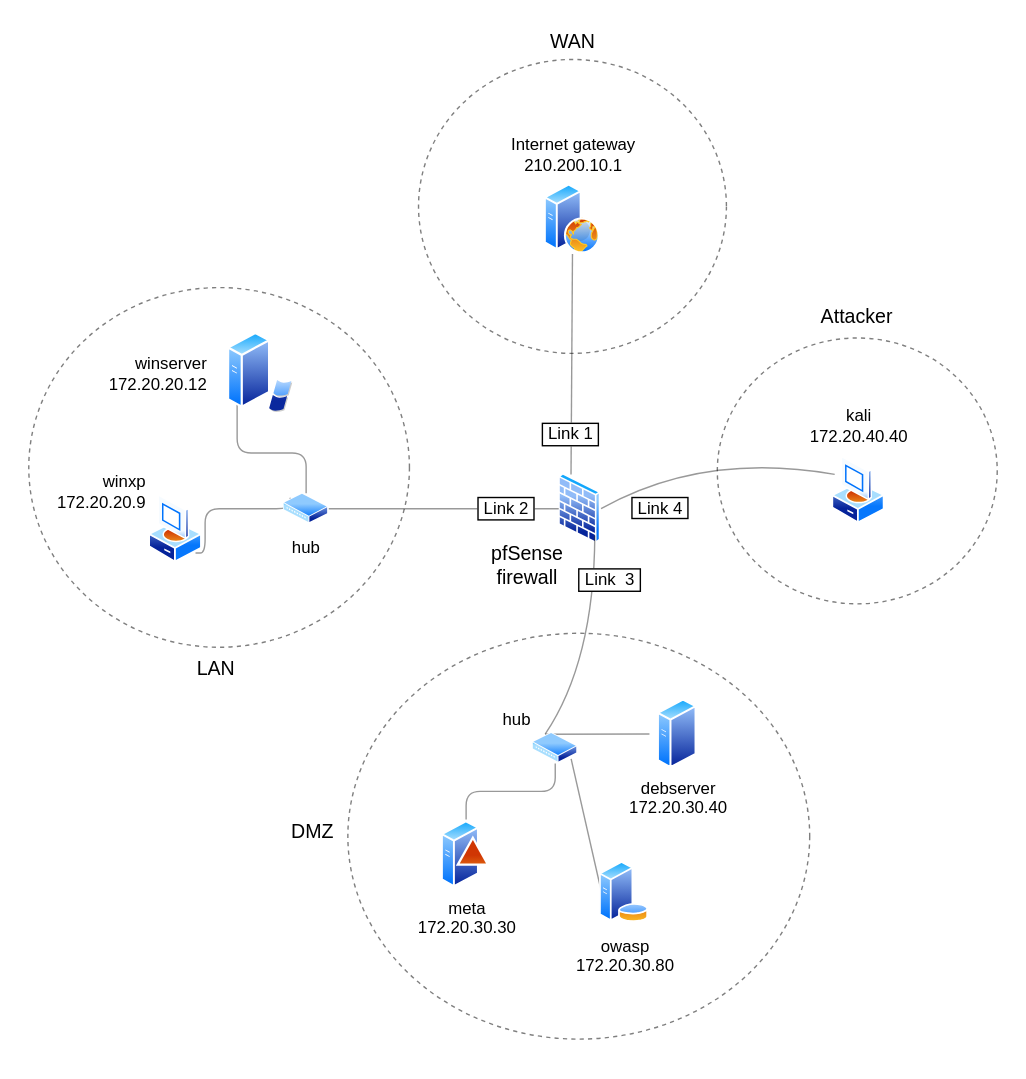
The draw.io diagram Illustrations/CyberLab Overview.drawio.svg in TryHackMeNow/CyberLab, before a commit. Source tidied: cells renumbered, new cells last; positions are measured from the earlier drawing's top-left corner, leaving out a move shared by most shapes.
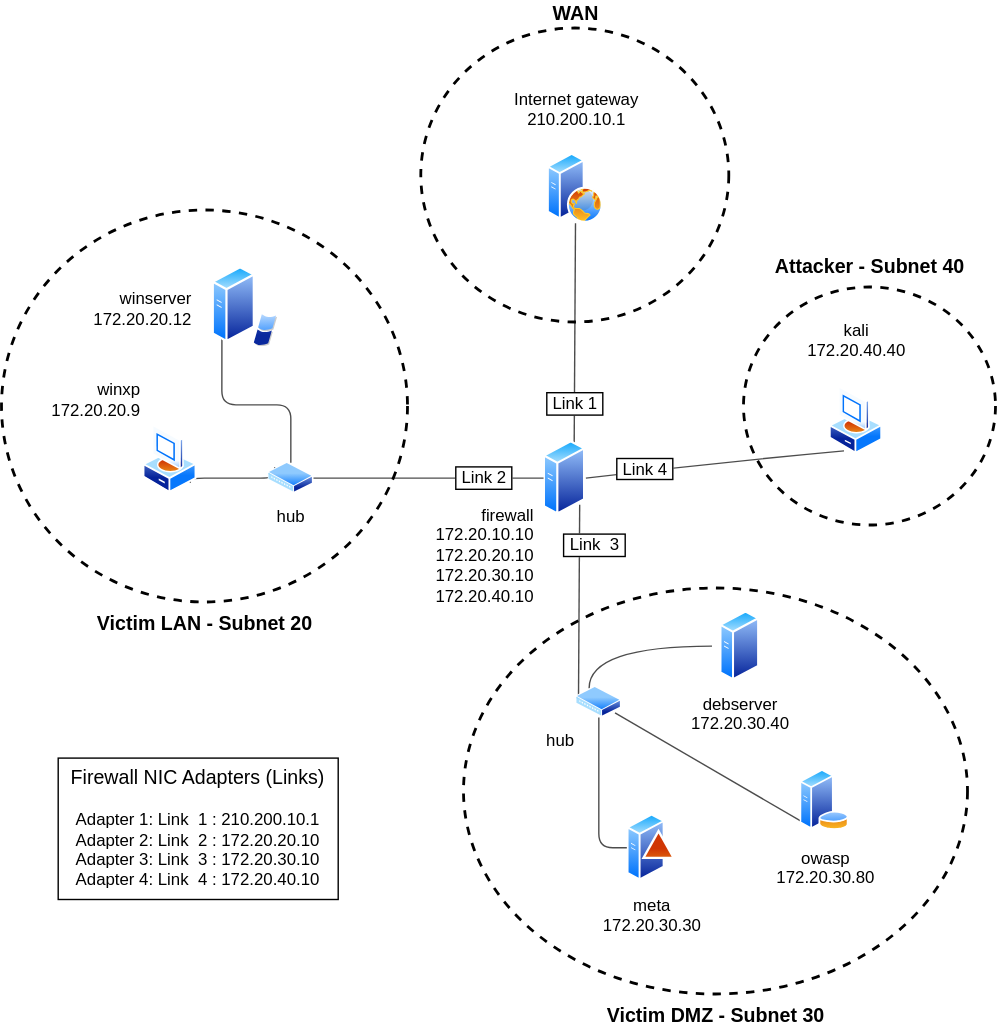
Later version of the same file.

The edit, as a diff of the source:
```diff
@@ -2,46 +2,46 @@
   <root>
     <mxCell id="0" />
     <mxCell id="1" parent="0" />
-    <mxCell id="2" value="Attacker" style="ellipse;whiteSpace=wrap;html=1;fillColor=none;strokeWidth=1;labelPosition=center;verticalLabelPosition=top;align=center;verticalAlign=bottom;fontSize=14;fontStyle=0;dashed=1;strokeColor=light-dark(#000000,#FFF2CC);fontColor=light-dark(#000000,#FFF2CC);spacingTop=-1;spacingBottom=4;opacity=50;" parent="1" vertex="1">
-      <mxGeometry x="492" y="199" width="200" height="190" as="geometry" />
+    <mxCell id="2" value="Attacker - Subnet 40" style="ellipse;whiteSpace=wrap;html=1;fillColor=none;strokeWidth=2;labelPosition=center;verticalLabelPosition=top;align=center;verticalAlign=bottom;fontSize=14;fontStyle=1;dashed=1;strokeColor=light-dark(#000000,#FFF2CC);fontColor=light-dark(#000000,#FFF2CC);spacingTop=-1;spacingBottom=4;" parent="1" vertex="1">
+      <mxGeometry x="522" y="185" width="180" height="170" as="geometry" />
     </mxCell>
-    <mxCell id="3" value="WAN" style="ellipse;whiteSpace=wrap;html=1;fillColor=none;strokeWidth=1;labelPosition=center;verticalLabelPosition=top;align=center;verticalAlign=bottom;fontSize=14;fontStyle=0;dashed=1;strokeColor=light-dark(#000000,#FFF2CC);fontColor=light-dark(#000000,#FFF2CC);opacity=50;spacingBottom=2;" parent="1" vertex="1">
-      <mxGeometry x="278.5" width="220" height="210" as="geometry" />
+    <mxCell id="3" value="WAN" style="ellipse;whiteSpace=wrap;html=1;fillColor=none;strokeWidth=2;labelPosition=center;verticalLabelPosition=top;align=center;verticalAlign=bottom;fontSize=14;fontStyle=1;dashed=1;strokeColor=light-dark(#000000,#FFF2CC);fontColor=light-dark(#000000,#FFF2CC);" parent="1" vertex="1">
+      <mxGeometry x="291.5" width="220" height="210" as="geometry" />
     </mxCell>
-    <mxCell id="4" value="DMZ&amp;nbsp;&amp;nbsp;" style="ellipse;whiteSpace=wrap;html=1;fillColor=none;strokeWidth=1;labelPosition=left;verticalLabelPosition=middle;align=right;verticalAlign=middle;fontSize=14;fontStyle=0;dashed=1;strokeColor=light-dark(#000000,#FFF2CC);fontColor=light-dark(#000000,#FFF2CC);labelBorderColor=none;spacingTop=0;spacingBottom=7;spacing=2;opacity=50;" parent="1" vertex="1">
-      <mxGeometry x="228" y="410" width="330" height="290" as="geometry" />
+    <mxCell id="4" value="Victim DMZ - Subnet 30" style="ellipse;whiteSpace=wrap;html=1;fillColor=none;strokeWidth=2;labelPosition=center;verticalLabelPosition=bottom;align=center;verticalAlign=top;fontSize=14;fontStyle=1;dashed=1;strokeColor=light-dark(#000000,#FFF2CC);fontColor=light-dark(#000000,#FFF2CC);labelBorderColor=none;spacingTop=0;spacingBottom=7;" parent="1" vertex="1">
+      <mxGeometry x="322" y="400" width="360" height="290" as="geometry" />
     </mxCell>
-    <mxCell id="5" value="LAN&amp;nbsp;" style="ellipse;whiteSpace=wrap;html=1;fillColor=none;strokeWidth=1;labelPosition=center;verticalLabelPosition=bottom;align=center;verticalAlign=top;fontSize=14;fontStyle=0;dashed=1;strokeColor=light-dark(#000000,#FFF2CC);fontColor=light-dark(#000000,#FFF2CC);opacity=50;" parent="1" vertex="1">
-      <mxGeometry y="163" width="272" height="257" as="geometry" />
+    <mxCell id="5" value="Victim LAN - Subnet 20" style="ellipse;whiteSpace=wrap;html=1;fillColor=none;strokeWidth=2;labelPosition=center;verticalLabelPosition=bottom;align=center;verticalAlign=top;fontSize=14;fontStyle=1;dashed=1;strokeColor=light-dark(#000000,#FFF2CC);fontColor=light-dark(#000000,#FFF2CC);" parent="1" vertex="1">
+      <mxGeometry x="-8" y="130" width="290" height="280" as="geometry" />
     </mxCell>
-    <mxCell id="6" value="Internet gateway&lt;div&gt;210.200.10.1&lt;br&gt;&lt;/div&gt;" style="html=1;align=center;shadow=0;dashed=0;spacingTop=0;image=img/lib/active_directory/web_server.svg;labelPosition=center;verticalLabelPosition=top;verticalAlign=bottom;labelBackgroundColor=none;fontColor=light-dark(#000000,#FFFFFF);fontSize=12;shape=image;perimeter=ellipsePerimeter;spacingBottom=4;" parent="1" vertex="1">
-      <mxGeometry x="349" y="89.2" width="79" height="49.8" as="geometry" />
+    <mxCell id="6" value="Internet gateway&lt;div&gt;210.200.10.1&lt;br&gt;&lt;br&gt;&lt;/div&gt;" style="html=1;align=center;shadow=0;dashed=0;spacingTop=3;image=img/lib/active_directory/web_server.svg;labelPosition=center;verticalLabelPosition=top;verticalAlign=bottom;labelBackgroundColor=none;fontColor=light-dark(#000000,#FFFFFF);fontSize=12;shape=image;perimeter=ellipsePerimeter;" parent="1" vertex="1">
+      <mxGeometry x="362" y="89.2" width="79" height="49.8" as="geometry" />
     </mxCell>
-    <mxCell id="7" value="&lt;span&gt;&amp;nbsp;Link 1&amp;nbsp;&lt;/span&gt;" style="rounded=0;jettySize=auto;html=1;exitX=0.25;exitY=0;exitDx=0;exitDy=0;endArrow=none;endFill=0;curved=1;opacity=40;fontSize=12;labelBorderColor=light-dark(#000000,#FFB366);spacingLeft=-1;sourcePerimeterSpacing=0;startSize=6;spacingTop=100;entryX=0.5;entryY=1;entryDx=0;entryDy=0;" parent="1" edge="1" source="8" target="6">
+    <mxCell id="7" value="&amp;nbsp;Link 1&amp;nbsp;" style="rounded=0;jettySize=auto;html=1;exitX=0.75;exitY=0;exitDx=0;exitDy=0;endArrow=none;endFill=0;curved=1;opacity=70;fontSize=12;labelBorderColor=light-dark(#000000,#FFB366);spacingLeft=-1;sourcePerimeterSpacing=0;startSize=6;spacingTop=100;entryX=0.5;entryY=1;entryDx=0;entryDy=0;" parent="1" edge="1" source="8" target="6">
       <mxGeometry relative="1" as="geometry" />
     </mxCell>
-    <mxCell id="8" value="pfSense&lt;br&gt;firewall" style="html=1;align=center;shadow=0;dashed=0;spacingTop=-6;image=img/lib/active_directory/firewall.svg;fontSize=14;labelPosition=left;verticalLabelPosition=bottom;verticalAlign=top;spacingLeft=0;spacingRight=15;spacingBottom=0;spacing=-2;labelBackgroundColor=default;shape=image;perimeter=ellipsePerimeter;" parent="1" vertex="1">
+    <mxCell id="8" value="firewall&lt;div&gt;172.20.10.10&lt;br&gt;172.20.20.10&lt;br&gt;172.20.30.10&lt;br&gt;172.20.40.10&lt;/div&gt;" style="image;perimeter=ellipsePerimeter;html=1;align=right;shadow=0;dashed=0;spacingTop=-10;image=img/lib/active_directory/generic_server.svg;fontSize=12;labelPosition=left;verticalLabelPosition=bottom;verticalAlign=top;spacingLeft=0;spacingRight=10;spacingBottom=0;spacing=-2;" parent="1" vertex="1">
       <mxGeometry x="378.7" y="294" width="30.2" height="54" as="geometry" />
     </mxCell>
-    <mxCell id="9" style="edgeStyle=orthogonalEdgeStyle;rounded=0;jettySize=auto;html=1;exitX=0;exitY=0.5;exitDx=0;exitDy=0;entryX=0.25;entryY=0;entryDx=0;entryDy=0;endArrow=none;endFill=0;curved=1;opacity=40;" parent="1" edge="1" source="10" target="22">
+    <mxCell id="9" style="edgeStyle=orthogonalEdgeStyle;rounded=0;jettySize=auto;html=1;exitX=0;exitY=0.5;exitDx=0;exitDy=0;entryX=0.25;entryY=0;entryDx=0;entryDy=0;endArrow=none;endFill=0;curved=1;opacity=70;" parent="1" edge="1" source="10" target="22">
       <mxGeometry relative="1" as="geometry" />
     </mxCell>
-    <mxCell id="10" value="debserver&lt;div&gt;172.20.30.40&lt;/div&gt;" style="html=1;align=center;shadow=0;dashed=0;spacingTop=0;image=img/lib/active_directory/generic_server.svg;shape=image;labelBackgroundColor=none;verticalAlign=top;verticalLabelPosition=bottom;perimeter=ellipsePerimeter;" parent="1" vertex="1">
-      <mxGeometry x="443.5" y="457" width="40" height="50" as="geometry" />
+    <mxCell id="10" value="debserver&lt;div&gt;172.20.30.40&lt;/div&gt;" style="html=1;align=center;shadow=0;dashed=0;spacingTop=3;image=img/lib/active_directory/generic_server.svg;shape=image;labelBackgroundColor=default;verticalAlign=top;verticalLabelPosition=bottom;perimeter=ellipsePerimeter;" parent="1" vertex="1">
+      <mxGeometry x="499" y="416" width="40" height="50" as="geometry" />
     </mxCell>
-    <mxCell id="11" style="rounded=0;jettySize=auto;html=1;exitX=0;exitY=1;exitDx=0;exitDy=0;entryX=1;entryY=1;entryDx=0;entryDy=0;endArrow=none;endFill=0;opacity=40;" parent="1" edge="1" source="12" target="22">
+    <mxCell id="11" style="rounded=0;jettySize=auto;html=1;exitX=0;exitY=1;exitDx=0;exitDy=0;entryX=1;entryY=1;entryDx=0;entryDy=0;endArrow=none;endFill=0;opacity=70;" parent="1" edge="1" source="12" target="22">
       <mxGeometry relative="1" as="geometry" />
     </mxCell>
-    <mxCell id="12" value="owasp&lt;div&gt;172.20.30.80&lt;/div&gt;" style="html=1;align=center;shadow=0;dashed=0;spacingTop=0;image=img/lib/active_directory/database_server.svg;shape=image;labelBackgroundColor=none;verticalAlign=top;verticalLabelPosition=bottom;perimeter=ellipsePerimeter;" parent="1" vertex="1">
-      <mxGeometry x="408" y="570" width="35" height="50" as="geometry" />
+    <mxCell id="12" value="owasp&lt;div&gt;172.20.30.80&lt;/div&gt;" style="html=1;align=center;shadow=0;dashed=0;spacingTop=3;image=img/lib/active_directory/database_server.svg;shape=image;labelBackgroundColor=default;verticalAlign=top;verticalLabelPosition=bottom;perimeter=ellipsePerimeter;" parent="1" vertex="1">
+      <mxGeometry x="562" y="526" width="35" height="50" as="geometry" />
     </mxCell>
-    <mxCell id="13" style="edgeStyle=orthogonalEdgeStyle;rounded=1;jettySize=auto;html=1;exitX=0.5;exitY=0;exitDx=0;exitDy=0;entryX=0.5;entryY=1;entryDx=0;entryDy=0;endArrow=none;endFill=0;curved=0;opacity=40;" parent="1" edge="1" source="14" target="22">
+    <mxCell id="13" style="edgeStyle=orthogonalEdgeStyle;rounded=1;jettySize=auto;html=1;exitX=0;exitY=0.5;exitDx=0;exitDy=0;entryX=0.5;entryY=1;entryDx=0;entryDy=0;endArrow=none;endFill=0;curved=0;opacity=70;" parent="1" edge="1" source="14" target="22">
       <mxGeometry relative="1" as="geometry" />
     </mxCell>
-    <mxCell id="14" value="meta&lt;div&gt;172.20.30.30&lt;/div&gt;" style="html=1;align=center;shadow=0;dashed=0;spacingTop=0;image=img/lib/active_directory/domain_controller.svg;shape=image;labelBackgroundColor=none;verticalAlign=top;verticalLabelPosition=bottom;perimeter=ellipsePerimeter;" parent="1" vertex="1">
-      <mxGeometry x="295" y="543" width="35" height="50" as="geometry" />
+    <mxCell id="14" value="meta&lt;div&gt;172.20.30.30&lt;/div&gt;" style="html=1;align=center;shadow=0;dashed=0;spacingTop=3;image=img/lib/active_directory/domain_controller.svg;shape=image;labelBackgroundColor=default;verticalAlign=top;verticalLabelPosition=bottom;perimeter=ellipsePerimeter;" parent="1" vertex="1">
+      <mxGeometry x="438.5" y="560" width="35" height="50" as="geometry" />
     </mxCell>
-    <mxCell id="15" style="edgeStyle=orthogonalEdgeStyle;rounded=1;jettySize=auto;html=1;exitX=1;exitY=1;exitDx=0;exitDy=0;entryX=0;entryY=0;entryDx=0;entryDy=0;curved=0;endArrow=none;endFill=0;opacity=40;" parent="1" edge="1" source="16" target="23">
+    <mxCell id="15" style="edgeStyle=orthogonalEdgeStyle;rounded=1;jettySize=auto;html=1;exitX=1;exitY=1;exitDx=0;exitDy=0;entryX=0;entryY=0;entryDx=0;entryDy=0;curved=0;endArrow=none;endFill=0;opacity=70;" parent="1" edge="1" source="16" target="23">
       <mxGeometry relative="1" as="geometry">
         <Array as="points">
           <mxPoint x="126" y="321" />
@@ -49,45 +49,43 @@
         </Array>
       </mxGeometry>
     </mxCell>
-    <mxCell id="16" value="winxp&lt;div&gt;172.20.20.9&lt;/div&gt;" style="html=1;align=right;shadow=0;dashed=0;spacingTop=0;image=img/lib/active_directory/vista_client.svg;shape=image;labelBackgroundColor=none;verticalAlign=bottom;verticalLabelPosition=top;perimeter=ellipsePerimeter;labelPosition=left;spacingBottom=-16;" parent="1" vertex="1">
-      <mxGeometry x="85" y="310" width="40" height="50" as="geometry" />
+    <mxCell id="16" value="winxp&lt;div&gt;172.20.20.9&lt;/div&gt;" style="html=1;align=right;shadow=0;dashed=0;spacingTop=3;image=img/lib/active_directory/vista_client.svg;shape=image;labelBackgroundColor=default;verticalAlign=bottom;verticalLabelPosition=top;perimeter=ellipsePerimeter;labelPosition=left;" parent="1" vertex="1">
+      <mxGeometry x="92" y="282" width="40" height="50" as="geometry" />
     </mxCell>
-    <mxCell id="17" style="edgeStyle=orthogonalEdgeStyle;rounded=1;jettySize=auto;html=1;exitX=0;exitY=1;exitDx=0;exitDy=0;entryX=0.5;entryY=0;entryDx=0;entryDy=0;endArrow=none;endFill=0;curved=0;opacity=40;" parent="1" edge="1" source="18" target="23">
+    <mxCell id="17" style="edgeStyle=orthogonalEdgeStyle;rounded=1;jettySize=auto;html=1;exitX=0;exitY=1;exitDx=0;exitDy=0;entryX=0.5;entryY=0;entryDx=0;entryDy=0;endArrow=none;endFill=0;curved=0;opacity=70;" parent="1" edge="1" source="18" target="23">
       <mxGeometry relative="1" as="geometry" />
     </mxCell>
-    <mxCell id="18" value="winserver&amp;nbsp; &amp;nbsp;&amp;nbsp;&lt;div&gt;172.20.20.12&amp;nbsp; &amp;nbsp;&amp;nbsp;&lt;/div&gt;" style="html=1;align=right;shadow=0;dashed=0;spacingTop=3;image=img/lib/active_directory/windows_server_2.svg;shape=image;labelBackgroundColor=none;verticalAlign=middle;verticalLabelPosition=middle;perimeter=ellipsePerimeter;labelPosition=left;" parent="1" vertex="1">
-      <mxGeometry x="142" y="195" width="47" height="57.3" as="geometry" />
+    <mxCell id="18" value="winserver&amp;nbsp; &amp;nbsp;&amp;nbsp;&lt;div&gt;172.20.20.12&amp;nbsp; &amp;nbsp;&amp;nbsp;&lt;/div&gt;" style="html=1;align=right;shadow=0;dashed=0;spacingTop=3;image=img/lib/active_directory/windows_server_2.svg;shape=image;labelBackgroundColor=default;verticalAlign=middle;verticalLabelPosition=middle;perimeter=ellipsePerimeter;labelPosition=left;" parent="1" vertex="1">
+      <mxGeometry x="142" y="170" width="47" height="57.3" as="geometry" />
     </mxCell>
-    <mxCell id="19" value="&amp;nbsp;Link 4&amp;nbsp;" style="rounded=0;jettySize=auto;html=1;entryX=1;entryY=0.5;entryDx=0;entryDy=0;endArrow=none;endFill=0;opacity=40;exitX=0;exitY=0.25;exitDx=0;exitDy=0;fontSize=12;labelPosition=center;verticalLabelPosition=top;align=center;verticalAlign=bottom;labelBorderColor=light-dark(#000000,#FFB366);textShadow=0;sourcePerimeterSpacing=0;spacingTop=0;spacingLeft=-72;spacingBottom=-50;labelBackgroundColor=default;curved=1;" parent="1" edge="1" source="20">
+    <mxCell id="19" value="&amp;nbsp;Link 4&amp;nbsp;" style="rounded=0;jettySize=auto;html=1;entryX=1;entryY=0.5;entryDx=0;entryDy=0;endArrow=none;endFill=0;opacity=70;curved=1;exitX=0.25;exitY=1;exitDx=0;exitDy=0;fontSize=12;labelPosition=center;verticalLabelPosition=top;align=center;verticalAlign=bottom;labelBorderColor=light-dark(#000000,#FFB366);textShadow=0;sourcePerimeterSpacing=0;spacingTop=0;spacingLeft=-100;spacingBottom=-15;" parent="1" edge="1" source="20" target="8">
       <mxGeometry relative="1" as="geometry">
-        <mxPoint x="408.9" y="321" as="targetPoint" />
         <Array as="points">
-          <mxPoint x="482" y="280" />
+          <mxPoint x="502" y="310" />
         </Array>
       </mxGeometry>
     </mxCell>
-    <mxCell id="20" value="kali&lt;div&gt;172.20.40.40&lt;br&gt;&lt;/div&gt;" style="image;perimeter=ellipsePerimeter;html=1;align=center;shadow=0;dashed=0;spacingTop=0;image=img/lib/active_directory/vista_client.svg;labelPosition=center;verticalLabelPosition=top;verticalAlign=bottom;labelBackgroundColor=none;spacingBottom=3;" parent="1" vertex="1">
-      <mxGeometry x="574" y="282.3" width="38" height="50" as="geometry" />
+    <mxCell id="20" value="kali&lt;div&gt;172.20.40.40&lt;br&gt;&lt;br&gt;&lt;/div&gt;" style="image;perimeter=ellipsePerimeter;html=1;align=center;shadow=0;dashed=0;spacingTop=3;image=img/lib/active_directory/vista_client.svg;labelPosition=center;verticalLabelPosition=top;verticalAlign=bottom;" parent="1" vertex="1">
+      <mxGeometry x="583" y="254.3" width="38" height="50" as="geometry" />
     </mxCell>
-    <mxCell id="21" value="&amp;nbsp;Link&amp;nbsp; 3&amp;nbsp;" style="rounded=0;jettySize=auto;html=1;exitX=0.25;exitY=0;exitDx=0;exitDy=0;endArrow=none;endFill=0;opacity=40;entryX=1;entryY=1;entryDx=0;entryDy=0;fontSize=12;labelBorderColor=light-dark(#000000,#FFB366);spacingLeft=21;spacingBottom=87;curved=1;" parent="1" edge="1" source="22" target="8">
-      <mxGeometry relative="1" as="geometry">
-        <Array as="points">
-          <mxPoint x="404" y="430" />
-        </Array>
-      </mxGeometry>
+    <mxCell id="21" value="&amp;nbsp;Link&amp;nbsp; 3&amp;nbsp;" style="rounded=1;jettySize=auto;html=1;exitX=0;exitY=0.25;exitDx=0;exitDy=0;endArrow=none;endFill=0;opacity=70;entryX=1;entryY=1;entryDx=0;entryDy=0;fontSize=12;labelBorderColor=light-dark(#000000,#FFB366);spacingLeft=21;spacingBottom=77;" parent="1" edge="1" source="22" target="8">
+      <mxGeometry relative="1" as="geometry" />
     </mxCell>
-    <mxCell id="22" value="hub" style="image;perimeter=ellipsePerimeter;html=1;align=right;shadow=0;dashed=0;spacingTop=3;image=img/lib/active_directory/wiring_hub.svg;labelPosition=left;verticalLabelPosition=top;verticalAlign=bottom;" parent="1" vertex="1">
-      <mxGeometry x="360" y="481" width="32.4" height="22" as="geometry" />
+    <mxCell id="22" value="hub" style="image;perimeter=ellipsePerimeter;html=1;align=right;shadow=0;dashed=0;spacingTop=3;image=img/lib/active_directory/wiring_hub.svg;labelPosition=left;verticalLabelPosition=bottom;verticalAlign=top;" parent="1" vertex="1">
+      <mxGeometry x="402" y="470" width="32.4" height="22" as="geometry" />
     </mxCell>
     <mxCell id="23" value="hub" style="image;perimeter=ellipsePerimeter;html=1;align=center;shadow=0;dashed=0;spacingTop=3;image=img/lib/active_directory/wiring_hub.svg;" parent="1" vertex="1">
       <mxGeometry x="182" y="310" width="32.4" height="22" as="geometry" />
     </mxCell>
-    <mxCell id="24" value="&amp;nbsp;Link 2&amp;nbsp;" style="edgeStyle=orthogonalEdgeStyle;rounded=0;jettySize=auto;html=1;exitX=1;exitY=0.5;exitDx=0;exitDy=0;endArrow=none;endFill=0;entryX=0;entryY=0.5;entryDx=0;entryDy=0;opacity=40;fontSize=12;labelBorderColor=light-dark(#000000,#FFB366);spacingLeft=90;" parent="1" edge="1" source="23" target="8">
+    <mxCell id="24" value="&amp;nbsp;Link 2&amp;nbsp;" style="edgeStyle=orthogonalEdgeStyle;rounded=0;jettySize=auto;html=1;exitX=1;exitY=0.5;exitDx=0;exitDy=0;endArrow=none;endFill=0;entryX=0;entryY=0.5;entryDx=0;entryDy=0;opacity=70;fontSize=12;labelBorderColor=light-dark(#000000,#FFB366);spacingLeft=80;" parent="1" edge="1" source="23" target="8">
       <mxGeometry relative="1" as="geometry" />
     </mxCell>
     <mxCell id="25" style="edgeStyle=orthogonalEdgeStyle;rounded=0;orthogonalLoop=1;jettySize=auto;html=1;exitX=0.5;exitY=1;exitDx=0;exitDy=0;" parent="1" edge="1" source="3" target="3">
       <mxGeometry relative="1" as="geometry" />
     </mxCell>
+    <mxCell id="27" value="&lt;font style=&quot;font-size: 14px;&quot;&gt;Firewall NIC Adapters (Links)&lt;/font&gt;&lt;br&gt;&lt;div&gt;&lt;br&gt;&lt;/div&gt;&lt;div&gt;Adapter 1: Link&amp;nbsp; 1 : 210.200.10.1&lt;br&gt;Adapter 2: Link&amp;nbsp; 2 : 172.20.20.10&lt;/div&gt;&lt;div&gt;Adapter 3: Link&amp;nbsp; 3 : 172.20.30.10&lt;br&gt;Adapter 4: Link&amp;nbsp; 4 : 172.20.40.10&lt;/div&gt;" style="text;html=1;whiteSpace=wrap;strokeColor=light-dark(#000000,#FFB366);fillColor=none;align=center;verticalAlign=middle;rounded=0;labelPosition=center;verticalLabelPosition=middle;perimeterSpacing=2;labelBorderColor=none;" parent="1" vertex="1">
+      <mxGeometry x="32" y="521" width="200" height="101" as="geometry" />
+    </mxCell>
     <mxCell id="26" style="edgeStyle=orthogonalEdgeStyle;rounded=0;orthogonalLoop=1;jettySize=auto;html=1;exitX=0.5;exitY=1;exitDx=0;exitDy=0;" parent="1" edge="1" source="4" target="4">
       <mxGeometry relative="1" as="geometry" />
     </mxCell>
```
